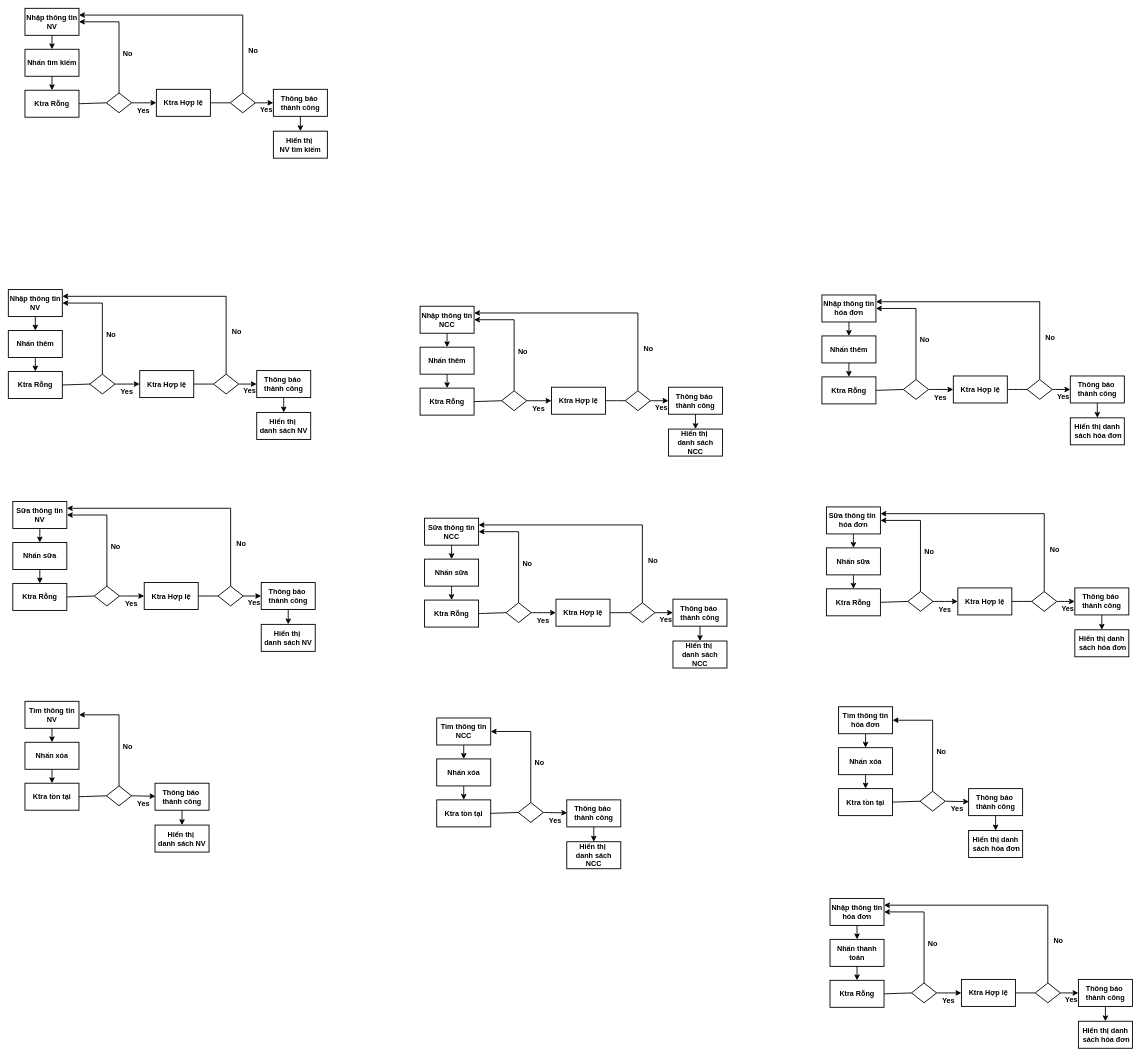
Before: page "Chuong2" (6 of 6) of C6SODO.drawio in nguyenngocnghia112k/DOANCN, a draw.io diagram. Source tidied: cells renumbered, new cells numbered last; positions are measured from the earlier drawing's top-left corner, leaving out a move shared by most shapes. Both pictures are drawn from the tidied source at 45%, with x=0, y=0 at pixel (8, 8).
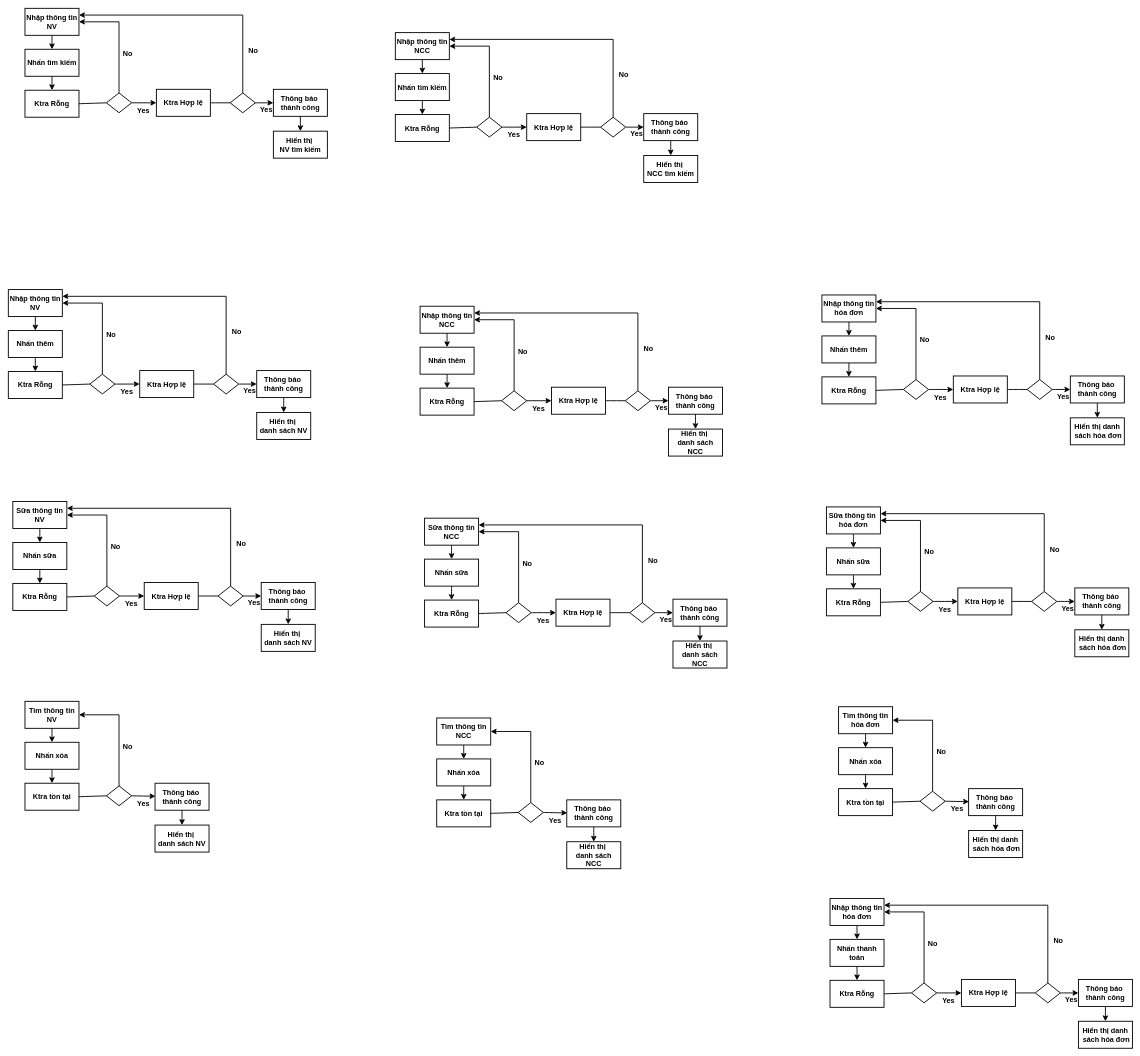
After the change.

Commit message (it also covers changes not shown here):
Cập nhật C6SODO.drawio

Diff of the diagram source:
```diff
@@
+    <mxCell id="212" value="Nhập thông tin NCC" style="rounded=0;whiteSpace=wrap;html=1;fontSize=16;fontStyle=1;strokeWidth=2;" parent="1" vertex="1">
+      <mxGeometry x="860" y="54" width="120" height="60" as="geometry" />
+    </mxCell>
+    <mxCell id="213" value="Nhấn tìm kiếm" style="rounded=0;whiteSpace=wrap;html=1;fontSize=16;fontStyle=1;strokeWidth=2;" parent="1" vertex="1">
+      <mxGeometry x="860" y="145" width="120" height="60" as="geometry" />
+    </mxCell>
+    <mxCell id="214" value="Ktra Rỗng" style="rounded=0;whiteSpace=wrap;html=1;fontSize=16;fontStyle=1;strokeWidth=2;" parent="1" vertex="1">
+      <mxGeometry x="860" y="236" width="120" height="60" as="geometry" />
+    </mxCell>
+    <mxCell id="215" style="rhombus;whiteSpace=wrap;html=1;fontSize=16;fontStyle=1;strokeWidth=2;" parent="1" vertex="1">
+      <mxGeometry x="1041" y="242" width="56" height="44" as="geometry" />
+    </mxCell>
+    <mxCell id="216" style="endArrow=classic;html=1;rounded=0;fontSize=12;startSize=8;endSize=8;curved=1;entryX=0.5;entryY=0;entryDx=0;entryDy=0;exitX=0.5;exitY=1;exitDx=0;exitDy=0;fontStyle=1;strokeWidth=2;" parent="1" edge="1" source="212" target="213">
+      <mxGeometry relative="1" as="geometry" />
+    </mxCell>
+    <mxCell id="217" style="endArrow=classic;html=1;rounded=0;fontSize=12;startSize=8;endSize=8;curved=1;entryX=0.5;entryY=0;entryDx=0;entryDy=0;exitX=0.5;exitY=1;exitDx=0;exitDy=0;fontStyle=1;strokeWidth=2;" parent="1" edge="1" source="213" target="214">
+      <mxGeometry relative="1" as="geometry" />
+    </mxCell>
+    <mxCell id="218" style="endArrow=none;html=1;rounded=0;fontSize=12;startSize=8;endSize=8;curved=1;entryX=0;entryY=0.5;entryDx=0;entryDy=0;exitX=1;exitY=0.5;exitDx=0;exitDy=0;fontStyle=1;strokeWidth=2;" parent="1" edge="1" source="214" target="215">
+      <mxGeometry relative="1" as="geometry" />
+    </mxCell>
+    <mxCell id="219" style="endArrow=classic;html=1;rounded=0;fontSize=12;startSize=8;endSize=8;edgeStyle=orthogonalEdgeStyle;entryX=1;entryY=0.5;entryDx=0;entryDy=0;exitX=0.5;exitY=0;exitDx=0;exitDy=0;fontStyle=1;strokeWidth=2;" parent="1" edge="1" source="215" target="212">
+      <mxGeometry relative="1" as="geometry" />
+    </mxCell>
+    <mxCell id="220" value="Ktra Hợp lệ" style="rounded=0;whiteSpace=wrap;html=1;fontSize=16;fontStyle=1;strokeWidth=2;" parent="1" vertex="1">
+      <mxGeometry x="1152" y="234" width="120" height="60" as="geometry" />
+    </mxCell>
+    <mxCell id="221" style="endArrow=classic;html=1;rounded=0;fontSize=12;startSize=8;endSize=8;curved=1;entryX=0;entryY=0.5;entryDx=0;entryDy=0;exitX=1;exitY=0.5;exitDx=0;exitDy=0;fontStyle=1;strokeWidth=2;" parent="1" edge="1" source="215" target="220">
+      <mxGeometry relative="1" as="geometry" />
+    </mxCell>
+    <mxCell id="222" value="Yes" style="text;html=1;align=center;verticalAlign=middle;strokeColor=none;fillColor=none;fontSize=16;fontStyle=1;strokeWidth=2;" parent="1" vertex="1">
+      <mxGeometry x="1100" y="265" width="46" height="31" as="geometry" />
+    </mxCell>
+    <mxCell id="223" style="endArrow=none;html=1;rounded=0;fontSize=12;startSize=8;endSize=8;curved=1;entryX=0;entryY=0.5;entryDx=0;entryDy=0;exitX=1;exitY=0.5;exitDx=0;exitDy=0;fontStyle=1;strokeWidth=2;" parent="1" edge="1" source="220" target="227">
+      <mxGeometry relative="1" as="geometry" />
+    </mxCell>
+    <mxCell id="224" style="endArrow=classic;html=1;rounded=0;fontSize=12;startSize=8;endSize=8;edgeStyle=orthogonalEdgeStyle;entryX=1;entryY=0.25;entryDx=0;entryDy=0;exitX=0.5;exitY=0;exitDx=0;exitDy=0;fontStyle=1;strokeWidth=2;" parent="1" edge="1" source="227" target="212">
+      <mxGeometry relative="1" as="geometry" />
+    </mxCell>
+    <mxCell id="225" style="endArrow=classic;html=1;rounded=0;fontSize=12;startSize=8;endSize=8;curved=1;entryX=0;entryY=0.5;entryDx=0;entryDy=0;exitX=1;exitY=0.5;exitDx=0;exitDy=0;fontStyle=1;strokeWidth=2;" parent="1" edge="1" source="227" target="229">
+      <mxGeometry relative="1" as="geometry" />
+    </mxCell>
+    <mxCell id="226" value="No" style="text;html=1;align=center;verticalAlign=middle;strokeColor=none;fillColor=none;fontSize=16;fontStyle=1;strokeWidth=2;" parent="1" vertex="1">
+      <mxGeometry x="1068" y="138" width="39" height="31" as="geometry" />
+    </mxCell>
+    <mxCell id="227" style="rhombus;whiteSpace=wrap;html=1;fontSize=16;fontStyle=1;strokeWidth=2;" parent="1" vertex="1">
+      <mxGeometry x="1316" y="242" width="56" height="44" as="geometry" />
+    </mxCell>
+    <mxCell id="228" value="No" style="text;html=1;align=center;verticalAlign=middle;strokeColor=none;fillColor=none;fontSize=16;fontStyle=1;strokeWidth=2;" parent="1" vertex="1">
+      <mxGeometry x="1347" y="132.5" width="39" height="31" as="geometry" />
+    </mxCell>
+    <mxCell id="229" value="Thông báo&amp;nbsp;&lt;br&gt;thành công" style="rounded=0;whiteSpace=wrap;html=1;fontSize=16;fontStyle=1;strokeWidth=2;" parent="1" vertex="1">
+      <mxGeometry x="1412" y="234" width="120" height="60" as="geometry" />
+    </mxCell>
+    <mxCell id="230" value="Yes" style="text;html=1;align=center;verticalAlign=middle;strokeColor=none;fillColor=none;fontSize=16;fontStyle=1;strokeWidth=2;" parent="1" vertex="1">
+      <mxGeometry x="1373" y="263" width="46" height="31" as="geometry" />
+    </mxCell>
+    <mxCell id="231" value="Hiển thị&amp;nbsp;&lt;br&gt;NCC tìm kiếm" style="rounded=0;whiteSpace=wrap;html=1;fontSize=16;fontStyle=1;strokeWidth=2;" parent="1" vertex="1">
+      <mxGeometry x="1412" y="327" width="120" height="60" as="geometry" />
+    </mxCell>
+    <mxCell id="232" style="endArrow=classic;html=1;rounded=0;fontSize=12;startSize=8;endSize=8;curved=1;entryX=0.5;entryY=0;entryDx=0;entryDy=0;exitX=0.5;exitY=1;exitDx=0;exitDy=0;fontStyle=1;strokeWidth=2;" parent="1" edge="1" source="229" target="231">
+      <mxGeometry relative="1" as="geometry" />
+    </mxCell>
```
